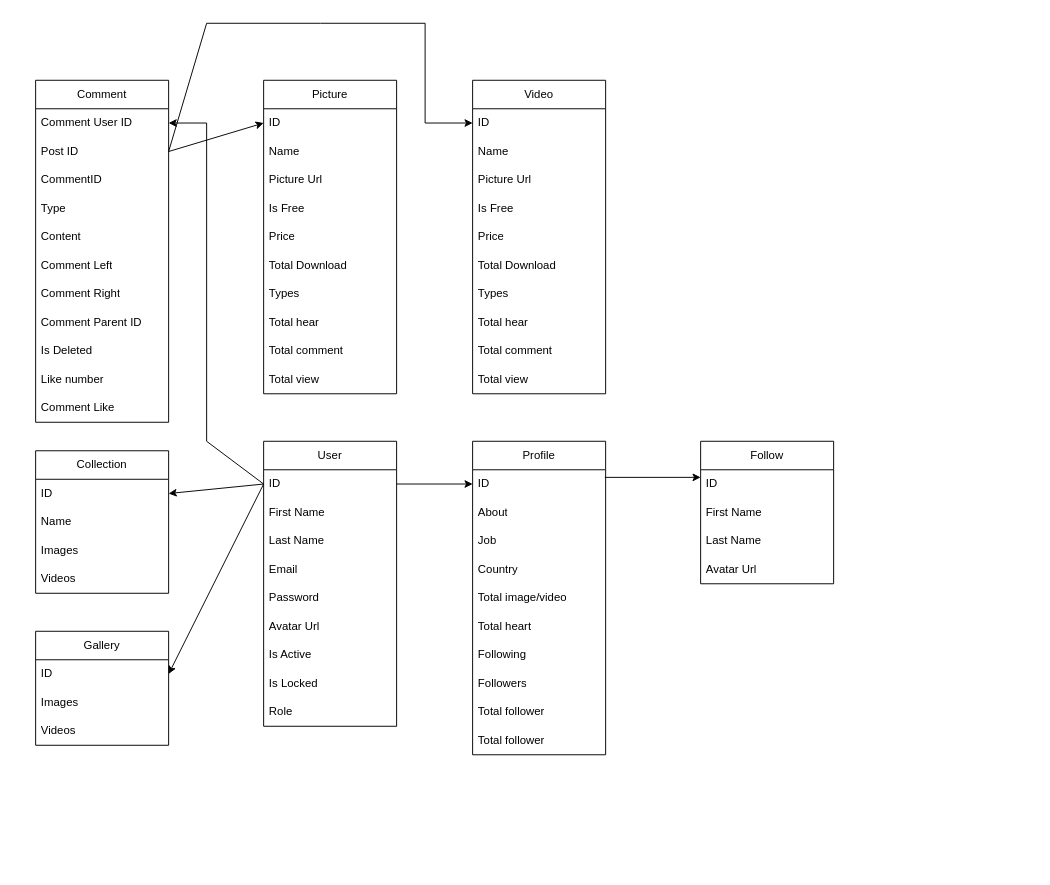
This is Untitled Diagram.drawio from hoangdat12/PhotoApp, a draw.io file, before an edit. Source tidied: cells renumbered, new cells numbered last; positions are measured from the earlier drawing's top-left corner, leaving out a move shared by most shapes. Both pictures are drawn from the tidied source at 95%, with x=0, y=0 at pixel (35, 23).
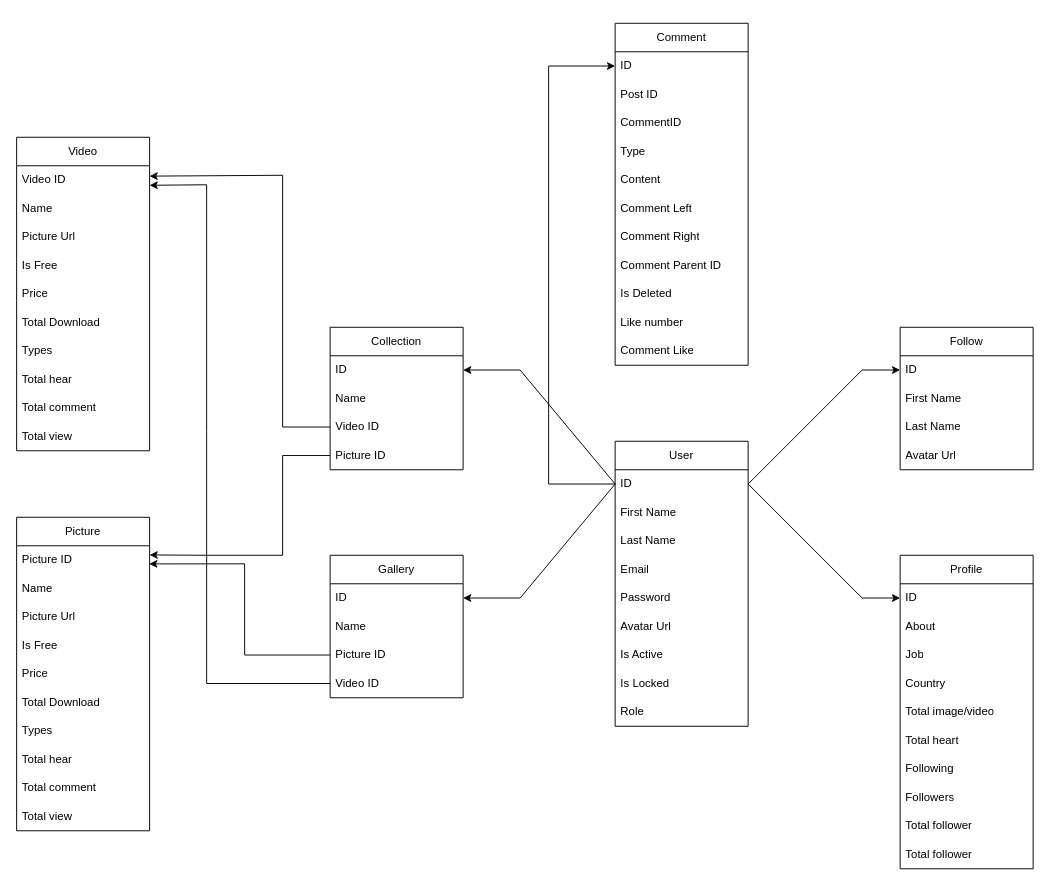
After the change.

Commit message:
Cập nhật Untitled Diagram.drawio

The change refers to these unchanged cells:
```xml
<mxCell id="3" value="ID" style="text;strokeColor=none;fillColor=none;align=left;verticalAlign=middle;spacingLeft=4;spacingRight=4;overflow=hidden;points=[[0,0.5],[1,0.5]];portConstraint=eastwest;whiteSpace=wrap;html=1;" parent="2" vertex="1">
  <mxGeometry y="30" width="140" height="30" as="geometry" />
</mxCell>
<mxCell id="13" value="ID" style="text;strokeColor=none;fillColor=none;align=left;verticalAlign=middle;spacingLeft=4;spacingRight=4;overflow=hidden;points=[[0,0.5],[1,0.5]];portConstraint=eastwest;whiteSpace=wrap;html=1;" parent="12" vertex="1">
  <mxGeometry y="30" width="140" height="30" as="geometry" />
</mxCell>
<mxCell id="46" value="ID" style="text;strokeColor=none;fillColor=none;align=left;verticalAlign=middle;spacingLeft=4;spacingRight=4;overflow=hidden;points=[[0,0.5],[1,0.5]];portConstraint=eastwest;whiteSpace=wrap;html=1;" parent="45" vertex="1">
  <mxGeometry y="30" width="140" height="30" as="geometry" />
</mxCell>
<mxCell id="51" value="ID" style="text;strokeColor=none;fillColor=none;align=left;verticalAlign=middle;spacingLeft=4;spacingRight=4;overflow=hidden;points=[[0,0.5],[1,0.5]];portConstraint=eastwest;whiteSpace=wrap;html=1;" parent="50" vertex="1">
  <mxGeometry y="30" width="140" height="30" as="geometry" />
</mxCell>
<mxCell id="58" value="Post ID" style="text;strokeColor=none;fillColor=none;align=left;verticalAlign=middle;spacingLeft=4;spacingRight=4;overflow=hidden;points=[[0,0.5],[1,0.5]];portConstraint=eastwest;whiteSpace=wrap;html=1;" parent="56" vertex="1">
  <mxGeometry y="60" width="140" height="30" as="geometry" />
</mxCell>
<mxCell id="72" value="ID&lt;span style=&quot;white-space: pre;&quot;&gt;&#9;&lt;/span&gt;" style="text;strokeColor=none;fillColor=none;align=left;verticalAlign=middle;spacingLeft=4;spacingRight=4;overflow=hidden;points=[[0,0.5],[1,0.5]];portConstraint=eastwest;whiteSpace=wrap;html=1;" parent="71" vertex="1">
  <mxGeometry y="30" width="140" height="30" as="geometry" />
</mxCell>
```

Change to the diagram source:
```diff
@@
     <mxCell id="2" value="User" style="swimlane;fontStyle=0;horizontal=1;startSize=30;whiteSpace=wrap;html=1;" parent="1" vertex="1">
-      <mxGeometry x="240" y="440" width="140" height="300" as="geometry" />
+      <mxGeometry x="610" y="440" width="140" height="300" as="geometry" />
     </mxCell>
@@
     <mxCell id="12" value="Profile" style="swimlane;fontStyle=0;horizontal=1;startSize=30;whiteSpace=wrap;html=1;" parent="1" vertex="1">
-      <mxGeometry x="460" y="440" width="140" height="330" as="geometry" />
+      <mxGeometry x="910" y="560" width="140" height="330" as="geometry" />
     </mxCell>
@@
     <mxCell id="23" value="Picture" style="swimlane;fontStyle=0;horizontal=1;startSize=30;whiteSpace=wrap;html=1;" parent="1" vertex="1">
-      <mxGeometry x="240" y="60" width="140" height="330" as="geometry" />
+      <mxGeometry x="-20" y="520" width="140" height="330" as="geometry" />
     </mxCell>
-    <mxCell id="24" value="ID" style="text;strokeColor=none;fillColor=none;align=left;verticalAlign=middle;spacingLeft=4;spacingRight=4;overflow=hidden;points=[[0,0.5],[1,0.5]];portConstraint=eastwest;whiteSpace=wrap;html=1;" parent="23" vertex="1">
+    <mxCell id="24" value="Picture ID" style="text;strokeColor=none;fillColor=none;align=left;verticalAlign=middle;spacingLeft=4;spacingRight=4;overflow=hidden;points=[[0,0.5],[1,0.5]];portConstraint=eastwest;whiteSpace=wrap;html=1;" parent="23" vertex="1">
       <mxGeometry y="30" width="140" height="30" as="geometry" />
     </mxCell>
@@
     <mxCell id="34" value="Video" style="swimlane;fontStyle=0;horizontal=1;startSize=30;whiteSpace=wrap;html=1;" parent="1" vertex="1">
-      <mxGeometry x="460" y="60" width="140" height="330" as="geometry" />
+      <mxGeometry x="-20" y="120" width="140" height="330" as="geometry" />
     </mxCell>
-    <mxCell id="35" value="ID" style="text;strokeColor=none;fillColor=none;align=left;verticalAlign=middle;spacingLeft=4;spacingRight=4;overflow=hidden;points=[[0,0.5],[1,0.5]];portConstraint=eastwest;whiteSpace=wrap;html=1;" parent="34" vertex="1">
+    <mxCell id="35" value="Video ID" style="text;strokeColor=none;fillColor=none;align=left;verticalAlign=middle;spacingLeft=4;spacingRight=4;overflow=hidden;points=[[0,0.5],[1,0.5]];portConstraint=eastwest;whiteSpace=wrap;html=1;" parent="34" vertex="1">
       <mxGeometry y="30" width="140" height="30" as="geometry" />
     </mxCell>
@@
     <mxCell id="45" value="Collection" style="swimlane;fontStyle=0;horizontal=1;startSize=30;whiteSpace=wrap;html=1;" parent="1" vertex="1">
-      <mxGeometry y="450" width="140" height="150" as="geometry" />
+      <mxGeometry x="310" y="320" width="140" height="150" as="geometry" />
     </mxCell>
@@
+    <mxCell id="49" value="Video ID" style="text;strokeColor=none;fillColor=none;align=left;verticalAlign=middle;spacingLeft=4;spacingRight=4;overflow=hidden;points=[[0,0.5],[1,0.5]];portConstraint=eastwest;whiteSpace=wrap;html=1;" parent="45" vertex="1">
+      <mxGeometry y="90" width="140" height="30" as="geometry" />
+    </mxCell>
-    <mxCell id="48" value="Images" style="text;strokeColor=none;fillColor=none;align=left;verticalAlign=middle;spacingLeft=4;spacingRight=4;overflow=hidden;points=[[0,0.5],[1,0.5]];portConstraint=eastwest;whiteSpace=wrap;html=1;" parent="45" vertex="1">
-      <mxGeometry y="90" width="140" height="30" as="geometry" />
+    <mxCell id="48" value="Picture ID" style="text;strokeColor=none;fillColor=none;align=left;verticalAlign=middle;spacingLeft=4;spacingRight=4;overflow=hidden;points=[[0,0.5],[1,0.5]];portConstraint=eastwest;whiteSpace=wrap;html=1;" parent="45" vertex="1">
+      <mxGeometry y="120" width="140" height="30" as="geometry" />
     </mxCell>
-    <mxCell id="49" value="Videos" style="text;strokeColor=none;fillColor=none;align=left;verticalAlign=middle;spacingLeft=4;spacingRight=4;overflow=hidden;points=[[0,0.5],[1,0.5]];portConstraint=eastwest;whiteSpace=wrap;html=1;" parent="45" vertex="1">
-      <mxGeometry y="120" width="140" height="30" as="geometry" />
-    </mxCell>
     <mxCell id="50" value="Gallery" style="swimlane;fontStyle=0;horizontal=1;startSize=30;whiteSpace=wrap;html=1;" parent="1" vertex="1">
-      <mxGeometry y="640" width="140" height="120" as="geometry" />
+      <mxGeometry x="310" y="560" width="140" height="150" as="geometry" />
     </mxCell>
@@
+    <mxCell id="78" value="Name" style="text;strokeColor=none;fillColor=none;align=left;verticalAlign=middle;spacingLeft=4;spacingRight=4;overflow=hidden;whiteSpace=wrap;html=1;" parent="50" vertex="1">
+      <mxGeometry y="60" width="140" height="30" as="geometry" />
+    </mxCell>
-    <mxCell id="52" value="Images" style="text;strokeColor=none;fillColor=none;align=left;verticalAlign=middle;spacingLeft=4;spacingRight=4;overflow=hidden;points=[[0,0.5],[1,0.5]];portConstraint=eastwest;whiteSpace=wrap;html=1;" parent="50" vertex="1">
-      <mxGeometry y="60" width="140" height="30" as="geometry" />
+    <mxCell id="52" value="Picture ID" style="text;strokeColor=none;fillColor=none;align=left;verticalAlign=middle;spacingLeft=4;spacingRight=4;overflow=hidden;points=[[0,0.5],[1,0.5]];portConstraint=eastwest;whiteSpace=wrap;html=1;" parent="50" vertex="1">
+      <mxGeometry y="90" width="140" height="30" as="geometry" />
     </mxCell>
-    <mxCell id="53" value="Videos" style="text;strokeColor=none;fillColor=none;align=left;verticalAlign=middle;spacingLeft=4;spacingRight=4;overflow=hidden;points=[[0,0.5],[1,0.5]];portConstraint=eastwest;whiteSpace=wrap;html=1;" parent="50" vertex="1">
-      <mxGeometry y="90" width="140" height="30" as="geometry" />
+    <mxCell id="53" value="Video ID" style="text;strokeColor=none;fillColor=none;align=left;verticalAlign=middle;spacingLeft=4;spacingRight=4;overflow=hidden;points=[[0,0.5],[1,0.5]];portConstraint=eastwest;whiteSpace=wrap;html=1;" parent="50" vertex="1">
+      <mxGeometry y="120" width="140" height="30" as="geometry" />
     </mxCell>
-    <mxCell id="54" style="endArrow=classic;html=1;rounded=0;exitX=0;exitY=0.5;exitDx=0;exitDy=0;entryX=1;entryY=0.5;entryDx=0;entryDy=0;" parent="1" edge="1" source="3" target="46">
-      <mxGeometry relative="1" as="geometry" />
-    </mxCell>
-    <mxCell id="55" style="endArrow=classic;html=1;rounded=0;exitX=0;exitY=0.5;exitDx=0;exitDy=0;entryX=1;entryY=0.5;entryDx=0;entryDy=0;" parent="1" edge="1" source="3" target="51">
-      <mxGeometry relative="1" as="geometry" />
-    </mxCell>
     <mxCell id="56" value="Comment" style="swimlane;fontStyle=0;horizontal=1;startSize=30;whiteSpace=wrap;html=1;" parent="1" vertex="1">
-      <mxGeometry y="60" width="140" height="360" as="geometry" />
+      <mxGeometry x="610" width="140" height="360" as="geometry" />
     </mxCell>
-    <mxCell id="57" value="Comment User ID" style="text;strokeColor=none;fillColor=none;align=left;verticalAlign=middle;spacingLeft=4;spacingRight=4;overflow=hidden;points=[[0,0.5],[1,0.5]];portConstraint=eastwest;whiteSpace=wrap;html=1;" parent="56" vertex="1">
+    <mxCell id="57" value="ID" style="text;strokeColor=none;fillColor=none;align=left;verticalAlign=middle;spacingLeft=4;spacingRight=4;overflow=hidden;points=[[0,0.5],[1,0.5]];portConstraint=eastwest;whiteSpace=wrap;html=1;" parent="56" vertex="1">
       <mxGeometry y="30" width="140" height="30" as="geometry" />
     </mxCell>
@@
-    <mxCell id="68" style="endArrow=classic;html=1;rounded=0;exitX=1;exitY=0.5;exitDx=0;exitDy=0;entryX=0;entryY=0.5;entryDx=0;entryDy=0;" parent="1" edge="1" source="58" target="24">
-      <mxGeometry relative="1" as="geometry" />
-    </mxCell>
-    <mxCell id="69" style="endArrow=classic;html=1;rounded=0;exitX=1;exitY=0.5;exitDx=0;exitDy=0;entryX=0;entryY=0.5;entryDx=0;entryDy=0;" parent="1" edge="1" source="58" target="35">
-      <mxGeometry relative="1" as="geometry">
-        <Array as="points">
-          <mxPoint x="180" />
-          <mxPoint x="300" />
-          <mxPoint x="410" />
-          <mxPoint x="410" y="105" />
-        </Array>
-      </mxGeometry>
-    </mxCell>
-    <mxCell id="70" style="endArrow=classic;html=1;rounded=0;exitX=1;exitY=0.5;exitDx=0;exitDy=0;" parent="1" edge="1" source="3" target="13">
-      <mxGeometry relative="1" as="geometry" />
-    </mxCell>
     <mxCell id="71" value="Follow" style="swimlane;fontStyle=0;horizontal=1;startSize=30;whiteSpace=wrap;html=1;" parent="1" vertex="1">
-      <mxGeometry x="700" y="440" width="140" height="150" as="geometry" />
+      <mxGeometry x="910" y="320" width="140" height="150" as="geometry" />
     </mxCell>
@@
-    <mxCell id="76" style="endArrow=classic;html=1;rounded=0;exitX=0.994;exitY=0.267;exitDx=0;exitDy=0;exitPerimeter=0;" parent="1" edge="1" source="13">
-      <mxGeometry relative="1" as="geometry">
-        <mxPoint x="700" y="478" as="targetPoint" />
-      </mxGeometry>
-    </mxCell>
+    <mxCell id="79" style="endArrow=classic;html=1;rounded=0;exitX=1;exitY=0.5;exitDx=0;exitDy=0;entryX=0;entryY=0.5;entryDx=0;entryDy=0;" parent="1" edge="1" source="3" target="72">
+      <mxGeometry relative="1" as="geometry">
+        <Array as="points">
+          <mxPoint x="870" y="365" />
+        </Array>
+      </mxGeometry>
+    </mxCell>
+    <mxCell id="70" style="endArrow=classic;html=1;rounded=0;exitX=1;exitY=0.5;exitDx=0;exitDy=0;entryX=0;entryY=0.5;entryDx=0;entryDy=0;" parent="1" edge="1" source="3" target="13">
+      <mxGeometry relative="1" as="geometry">
+        <Array as="points">
+          <mxPoint x="870" y="605" />
+        </Array>
+      </mxGeometry>
+    </mxCell>
+    <mxCell id="54" style="endArrow=classic;html=1;rounded=0;entryX=1;entryY=0.5;entryDx=0;entryDy=0;exitX=0;exitY=0.5;exitDx=0;exitDy=0;" parent="1" edge="1" source="3" target="46">
+      <mxGeometry relative="1" as="geometry">
+        <Array as="points">
+          <mxPoint x="510" y="365" />
+        </Array>
+      </mxGeometry>
+    </mxCell>
+    <mxCell id="55" style="endArrow=classic;html=1;rounded=0;exitX=0;exitY=0.5;exitDx=0;exitDy=0;entryX=1;entryY=0.5;entryDx=0;entryDy=0;" parent="1" edge="1" source="3" target="51">
+      <mxGeometry relative="1" as="geometry">
+        <Array as="points">
+          <mxPoint x="510" y="605" />
+        </Array>
+      </mxGeometry>
+    </mxCell>
-    <mxCell id="77" style="endArrow=classic;html=1;rounded=0;exitX=0;exitY=0.5;exitDx=0;exitDy=0;entryX=1;entryY=0.5;entryDx=0;entryDy=0;" parent="1" edge="1" source="3" target="57">
+    <mxCell id="77" style="endArrow=classic;html=1;rounded=0;entryX=0;entryY=0.5;entryDx=0;entryDy=0;exitX=0;exitY=0.5;exitDx=0;exitDy=0;" parent="1" edge="1" source="3" target="57">
       <mxGeometry relative="1" as="geometry">
         <Array as="points">
-          <mxPoint x="180" y="440" />
-          <mxPoint x="180" y="105" />
+          <mxPoint x="540" y="485" />
+          <mxPoint x="540" y="45" />
         </Array>
       </mxGeometry>
     </mxCell>
+    <mxCell id="80" style="endArrow=classic;html=1;rounded=0;entryX=1;entryY=0.363;entryDx=0;entryDy=0;exitX=0;exitY=0.5;exitDx=0;exitDy=0;entryPerimeter=0;" parent="1" edge="1" source="49" target="35">
+      <mxGeometry relative="1" as="geometry">
+        <Array as="points">
+          <mxPoint x="260" y="425" />
+          <mxPoint x="260" y="160" />
+        </Array>
+      </mxGeometry>
+    </mxCell>
+    <mxCell id="81" style="endArrow=classic;html=1;rounded=0;entryX=0.997;entryY=0.636;entryDx=0;entryDy=0;exitX=0;exitY=0.5;exitDx=0;exitDy=0;entryPerimeter=0;" parent="1" edge="1" source="52" target="24">
+      <mxGeometry relative="1" as="geometry">
+        <Array as="points">
+          <mxPoint x="220" y="665" />
+          <mxPoint x="220" y="569" />
+        </Array>
+      </mxGeometry>
+    </mxCell>
+    <mxCell id="82" style="endArrow=classic;html=1;rounded=0;entryX=1;entryY=0.684;entryDx=0;entryDy=0;exitX=0;exitY=0.5;exitDx=0;exitDy=0;entryPerimeter=0;" parent="1" edge="1" source="53" target="35">
+      <mxGeometry relative="1" as="geometry">
+        <Array as="points">
+          <mxPoint x="180" y="695" />
+          <mxPoint x="180" y="430" />
+          <mxPoint x="180" y="170" />
+        </Array>
+      </mxGeometry>
+    </mxCell>
+    <mxCell id="83" style="endArrow=classic;html=1;rounded=0;exitX=0;exitY=0.5;exitDx=0;exitDy=0;entryX=1;entryY=0.322;entryDx=0;entryDy=0;entryPerimeter=0;" parent="1" edge="1" source="48" target="24">
+      <mxGeometry relative="1" as="geometry">
+        <Array as="points">
+          <mxPoint x="260" y="455" />
+          <mxPoint x="260" y="560" />
+          <mxPoint x="180" y="560" />
+        </Array>
+      </mxGeometry>
+    </mxCell>
```
